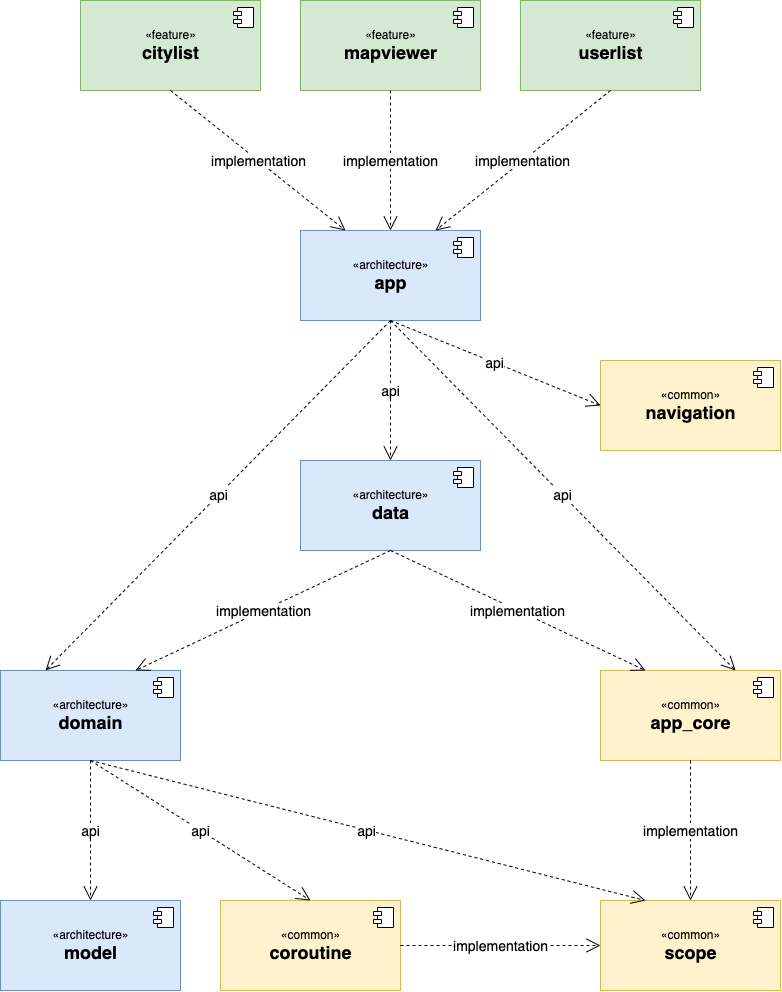
This is static/modules.png from aminography/WorldCitiesApp, a draw.io export, as it was before one commit. Source tidied: cells renumbered, new cells last; positions are measured from the earlier drawing's top-left corner, leaving out a move shared by most shapes. Source of this version:
```xml
<mxGraphModel background="#ffffff">
  <root>
    <mxCell id="0" />
    <mxCell id="1" parent="0" />
    <mxCell id="2" value="«common»&lt;br&gt;&lt;b&gt;&lt;font style=&quot;font-size: 18px&quot;&gt;app_core&lt;/font&gt;&lt;/b&gt;" style="html=1;fillColor=#fff2cc;strokeColor=#d6b656;" parent="1" vertex="1">
      <mxGeometry x="600" y="670" width="180" height="90" as="geometry" />
    </mxCell>
    <mxCell id="3" style="shape=module;jettyWidth=8;jettyHeight=4;" parent="2" vertex="1">
      <mxGeometry x="1" width="20" height="20" relative="1" as="geometry">
        <mxPoint x="-27" y="7" as="offset" />
      </mxGeometry>
    </mxCell>
    <mxCell id="4" value="«common»&lt;br&gt;&lt;span style=&quot;font-size: 18px&quot;&gt;&lt;b&gt;scope&lt;/b&gt;&lt;/span&gt;" style="html=1;fillColor=#fff2cc;strokeColor=#d6b656;" parent="1" vertex="1">
      <mxGeometry x="600" y="900" width="180" height="90" as="geometry" />
    </mxCell>
    <mxCell id="5" style="shape=module;jettyWidth=8;jettyHeight=4;" parent="4" vertex="1">
      <mxGeometry x="1" width="20" height="20" relative="1" as="geometry">
        <mxPoint x="-27" y="7" as="offset" />
      </mxGeometry>
    </mxCell>
    <mxCell id="6" value="«common»&lt;br&gt;&lt;b&gt;&lt;font style=&quot;font-size: 18px&quot;&gt;coroutine&lt;/font&gt;&lt;/b&gt;" style="html=1;fillColor=#fff2cc;strokeColor=#d6b656;" parent="1" vertex="1">
      <mxGeometry x="220" y="900" width="180" height="90" as="geometry" />
    </mxCell>
    <mxCell id="7" style="shape=module;jettyWidth=8;jettyHeight=4;" parent="6" vertex="1">
      <mxGeometry x="1" width="20" height="20" relative="1" as="geometry">
        <mxPoint x="-27" y="7" as="offset" />
      </mxGeometry>
    </mxCell>
    <mxCell id="8" value="«architecture»&lt;br&gt;&lt;span style=&quot;font-size: 18px&quot;&gt;&lt;b&gt;model&lt;/b&gt;&lt;/span&gt;" style="html=1;fillColor=#dae8fc;strokeColor=#6c8ebf;" parent="1" vertex="1">
      <mxGeometry y="900" width="180" height="90" as="geometry" />
    </mxCell>
    <mxCell id="9" style="shape=module;jettyWidth=8;jettyHeight=4;" parent="8" vertex="1">
      <mxGeometry x="1" width="20" height="20" relative="1" as="geometry">
        <mxPoint x="-27" y="7" as="offset" />
      </mxGeometry>
    </mxCell>
    <mxCell id="10" value="&lt;font style=&quot;font-size: 14px&quot;&gt;implementation&lt;/font&gt;" style="endArrow=open;endSize=12;dashed=1;html=1;exitX=0.5;exitY=1;exitDx=0;exitDy=0;entryX=0.5;entryY=0;entryDx=0;entryDy=0;" parent="1" edge="1" source="2" target="4">
      <mxGeometry relative="1" as="geometry" />
    </mxCell>
    <mxCell id="11" value="&lt;font style=&quot;font-size: 14px&quot;&gt;implementation&lt;/font&gt;" style="endArrow=open;endSize=12;dashed=1;html=1;entryX=0;entryY=0.5;entryDx=0;entryDy=0;exitX=1;exitY=0.5;exitDx=0;exitDy=0;" parent="1" edge="1" source="6" target="4">
      <mxGeometry relative="1" as="geometry" />
    </mxCell>
    <mxCell id="12" value="«common»&lt;br&gt;&lt;span style=&quot;font-size: 18px&quot;&gt;&lt;b&gt;navigation&lt;/b&gt;&lt;/span&gt;" style="html=1;fillColor=#fff2cc;strokeColor=#d6b656;" parent="1" vertex="1">
      <mxGeometry x="600" y="360" width="180" height="90" as="geometry" />
    </mxCell>
    <mxCell id="13" style="shape=module;jettyWidth=8;jettyHeight=4;" parent="12" vertex="1">
      <mxGeometry x="1" width="20" height="20" relative="1" as="geometry">
        <mxPoint x="-27" y="7" as="offset" />
      </mxGeometry>
    </mxCell>
    <mxCell id="14" value="«architecture»&lt;br&gt;&lt;b&gt;&lt;font style=&quot;font-size: 18px&quot;&gt;domain&lt;/font&gt;&lt;/b&gt;" style="html=1;fillColor=#dae8fc;strokeColor=#6c8ebf;" parent="1" vertex="1">
      <mxGeometry y="670" width="180" height="90" as="geometry" />
    </mxCell>
    <mxCell id="15" style="shape=module;jettyWidth=8;jettyHeight=4;" parent="14" vertex="1">
      <mxGeometry x="1" width="20" height="20" relative="1" as="geometry">
        <mxPoint x="-27" y="7" as="offset" />
      </mxGeometry>
    </mxCell>
    <mxCell id="16" value="&lt;font style=&quot;font-size: 14px&quot;&gt;api&lt;/font&gt;" style="endArrow=open;endSize=12;dashed=1;html=1;exitX=0.5;exitY=1;exitDx=0;exitDy=0;entryX=0.5;entryY=0;entryDx=0;entryDy=0;" parent="1" edge="1" source="14" target="8">
      <mxGeometry relative="1" as="geometry" />
    </mxCell>
    <mxCell id="17" value="&lt;font style=&quot;font-size: 14px&quot;&gt;api&lt;/font&gt;" style="endArrow=open;endSize=12;dashed=1;html=1;exitX=0.5;exitY=1;exitDx=0;exitDy=0;entryX=0.5;entryY=0;entryDx=0;entryDy=0;" parent="1" edge="1" source="14" target="6">
      <mxGeometry relative="1" as="geometry" />
    </mxCell>
    <mxCell id="18" value="&lt;font style=&quot;font-size: 14px&quot;&gt;api&lt;/font&gt;" style="endArrow=open;endSize=12;dashed=1;html=1;exitX=0.5;exitY=1;exitDx=0;exitDy=0;entryX=0.25;entryY=0;entryDx=0;entryDy=0;" parent="1" edge="1" source="14" target="4">
      <mxGeometry relative="1" as="geometry" />
    </mxCell>
    <mxCell id="19" value="«architecture»&lt;br&gt;&lt;b&gt;&lt;font style=&quot;font-size: 18px&quot;&gt;data&lt;/font&gt;&lt;/b&gt;" style="html=1;fillColor=#dae8fc;strokeColor=#6c8ebf;" parent="1" vertex="1">
      <mxGeometry x="300" y="460" width="180" height="90" as="geometry" />
    </mxCell>
    <mxCell id="20" style="shape=module;jettyWidth=8;jettyHeight=4;" parent="19" vertex="1">
      <mxGeometry x="1" width="20" height="20" relative="1" as="geometry">
        <mxPoint x="-27" y="7" as="offset" />
      </mxGeometry>
    </mxCell>
    <mxCell id="21" value="&lt;font style=&quot;font-size: 14px&quot;&gt;implementation&lt;/font&gt;" style="endArrow=open;endSize=12;dashed=1;html=1;entryX=0.25;entryY=0;entryDx=0;entryDy=0;exitX=0.5;exitY=1;exitDx=0;exitDy=0;" parent="1" edge="1" source="19" target="2">
      <mxGeometry relative="1" as="geometry" />
    </mxCell>
    <mxCell id="22" value="&lt;font style=&quot;font-size: 14px&quot;&gt;implementation&lt;/font&gt;" style="endArrow=open;endSize=12;dashed=1;html=1;exitX=0.5;exitY=1;exitDx=0;exitDy=0;entryX=0.75;entryY=0;entryDx=0;entryDy=0;" parent="1" edge="1" source="19" target="14">
      <mxGeometry relative="1" as="geometry" />
    </mxCell>
    <mxCell id="23" value="«architecture»&lt;br&gt;&lt;b&gt;&lt;font style=&quot;font-size: 18px&quot;&gt;app&lt;/font&gt;&lt;/b&gt;" style="html=1;fillColor=#dae8fc;strokeColor=#6c8ebf;" parent="1" vertex="1">
      <mxGeometry x="300" y="230" width="180" height="90" as="geometry" />
    </mxCell>
    <mxCell id="24" style="shape=module;jettyWidth=8;jettyHeight=4;" parent="23" vertex="1">
      <mxGeometry x="1" width="20" height="20" relative="1" as="geometry">
        <mxPoint x="-27" y="7" as="offset" />
      </mxGeometry>
    </mxCell>
    <mxCell id="25" value="&lt;span style=&quot;font-size: 14px&quot;&gt;api&lt;/span&gt;" style="endArrow=open;endSize=12;dashed=1;html=1;exitX=0.5;exitY=1;exitDx=0;exitDy=0;entryX=0;entryY=0.5;entryDx=0;entryDy=0;" parent="1" edge="1" source="23" target="12">
      <mxGeometry relative="1" as="geometry" />
    </mxCell>
    <mxCell id="26" value="&lt;span style=&quot;font-size: 14px&quot;&gt;api&lt;/span&gt;" style="endArrow=open;endSize=12;dashed=1;html=1;exitX=0.5;exitY=1;exitDx=0;exitDy=0;entryX=0.5;entryY=0;entryDx=0;entryDy=0;" parent="1" edge="1" source="23" target="19">
      <mxGeometry relative="1" as="geometry" />
    </mxCell>
    <mxCell id="27" value="&lt;span style=&quot;font-size: 14px&quot;&gt;api&lt;/span&gt;" style="endArrow=open;endSize=12;dashed=1;html=1;exitX=0.5;exitY=1;exitDx=0;exitDy=0;entryX=0.75;entryY=0;entryDx=0;entryDy=0;" parent="1" edge="1" source="23" target="2">
      <mxGeometry relative="1" as="geometry" />
    </mxCell>
    <mxCell id="28" value="«feature»&lt;br&gt;&lt;b&gt;&lt;font style=&quot;font-size: 18px&quot;&gt;citylist&lt;/font&gt;&lt;/b&gt;" style="html=1;fillColor=#d5e8d4;strokeColor=#82b366;" parent="1" vertex="1">
      <mxGeometry x="80" width="180" height="90" as="geometry" />
    </mxCell>
    <mxCell id="29" style="shape=module;jettyWidth=8;jettyHeight=4;" parent="28" vertex="1">
      <mxGeometry x="1" width="20" height="20" relative="1" as="geometry">
        <mxPoint x="-27" y="7" as="offset" />
      </mxGeometry>
    </mxCell>
    <mxCell id="30" value="«feature»&lt;br&gt;&lt;b&gt;&lt;font style=&quot;font-size: 18px&quot;&gt;mapviewer&lt;/font&gt;&lt;/b&gt;" style="html=1;fillColor=#d5e8d4;strokeColor=#82b366;" parent="1" vertex="1">
      <mxGeometry x="300" width="180" height="90" as="geometry" />
    </mxCell>
    <mxCell id="31" style="shape=module;jettyWidth=8;jettyHeight=4;" parent="30" vertex="1">
      <mxGeometry x="1" width="20" height="20" relative="1" as="geometry">
        <mxPoint x="-27" y="7" as="offset" />
      </mxGeometry>
    </mxCell>
    <mxCell id="32" value="«feature»&lt;br&gt;&lt;b&gt;&lt;font style=&quot;font-size: 18px&quot;&gt;userlist&lt;/font&gt;&lt;/b&gt;" style="html=1;fillColor=#d5e8d4;strokeColor=#82b366;" parent="1" vertex="1">
      <mxGeometry x="520" width="180" height="90" as="geometry" />
    </mxCell>
    <mxCell id="33" style="shape=module;jettyWidth=8;jettyHeight=4;" parent="32" vertex="1">
      <mxGeometry x="1" width="20" height="20" relative="1" as="geometry">
        <mxPoint x="-27" y="7" as="offset" />
      </mxGeometry>
    </mxCell>
    <mxCell id="34" value="&lt;font style=&quot;font-size: 14px&quot;&gt;implementation&lt;/font&gt;" style="endArrow=open;endSize=12;dashed=1;html=1;exitX=0.5;exitY=1;exitDx=0;exitDy=0;entryX=0.25;entryY=0;entryDx=0;entryDy=0;" parent="1" edge="1" source="28" target="23">
      <mxGeometry relative="1" as="geometry" />
    </mxCell>
    <mxCell id="35" value="&lt;font style=&quot;font-size: 14px&quot;&gt;implementation&lt;/font&gt;" style="endArrow=open;endSize=12;dashed=1;html=1;exitX=0.5;exitY=1;exitDx=0;exitDy=0;entryX=0.5;entryY=0;entryDx=0;entryDy=0;" parent="1" edge="1" source="30" target="23">
      <mxGeometry relative="1" as="geometry" />
    </mxCell>
    <mxCell id="36" value="&lt;font style=&quot;font-size: 14px&quot;&gt;implementation&lt;/font&gt;" style="endArrow=open;endSize=12;dashed=1;html=1;exitX=0.5;exitY=1;exitDx=0;exitDy=0;entryX=0.75;entryY=0;entryDx=0;entryDy=0;" parent="1" edge="1" source="32" target="23">
      <mxGeometry relative="1" as="geometry" />
    </mxCell>
    <mxCell id="37" value="&lt;span style=&quot;font-size: 14px&quot;&gt;api&lt;/span&gt;" style="endArrow=open;endSize=12;dashed=1;html=1;entryX=0.25;entryY=0;entryDx=0;entryDy=0;exitX=0.5;exitY=1;exitDx=0;exitDy=0;" parent="1" edge="1" source="23" target="14">
      <mxGeometry relative="1" as="geometry" />
    </mxCell>
  </root>
</mxGraphModel>
```
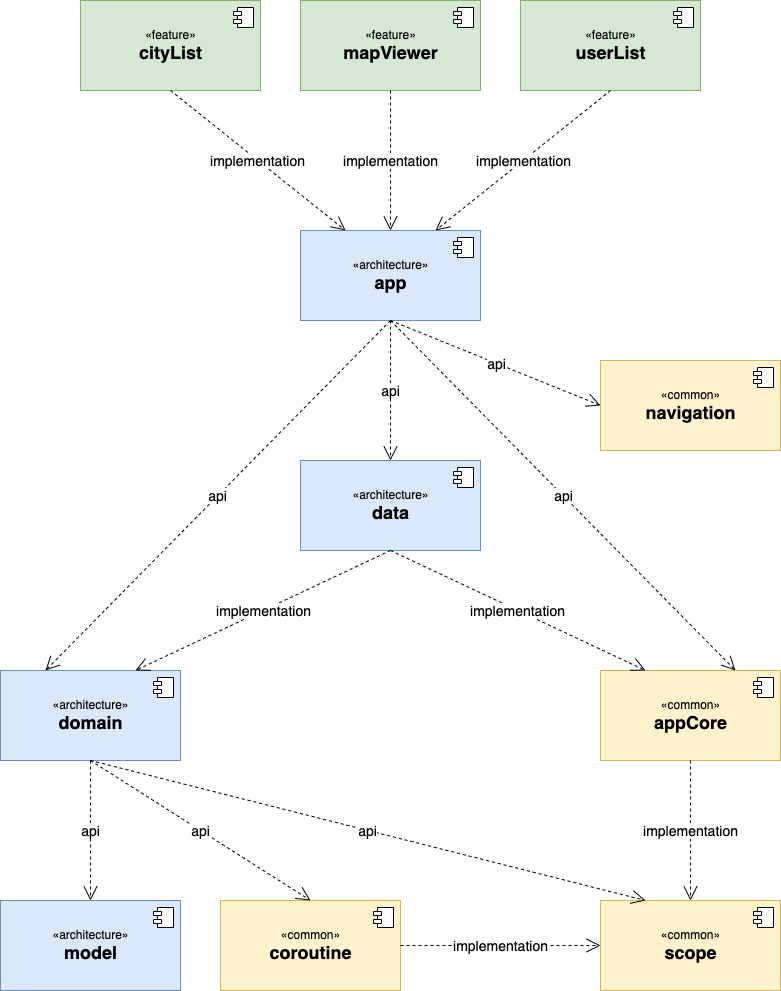
The same diagram one commit later.

What changed in the source:
```diff
@@ -2,7 +2,7 @@
   <root>
     <mxCell id="0" />
     <mxCell id="1" parent="0" />
-    <mxCell id="2" value="«common»&lt;br&gt;&lt;b&gt;&lt;font style=&quot;font-size: 18px&quot;&gt;app_core&lt;/font&gt;&lt;/b&gt;" style="html=1;fillColor=#fff2cc;strokeColor=#d6b656;" parent="1" vertex="1">
+    <mxCell id="2" value="«common»&lt;br&gt;&lt;b&gt;&lt;font style=&quot;font-size: 18px&quot;&gt;appCore&lt;/font&gt;&lt;/b&gt;" style="html=1;fillColor=#fff2cc;strokeColor=#d6b656;" parent="1" vertex="1">
       <mxGeometry x="600" y="670" width="180" height="90" as="geometry" />
     </mxCell>
     <mxCell id="3" style="shape=module;jettyWidth=8;jettyHeight=4;" parent="2" vertex="1">
@@ -96,7 +96,7 @@
     <mxCell id="27" value="&lt;span style=&quot;font-size: 14px&quot;&gt;api&lt;/span&gt;" style="endArrow=open;endSize=12;dashed=1;html=1;exitX=0.5;exitY=1;exitDx=0;exitDy=0;entryX=0.75;entryY=0;entryDx=0;entryDy=0;" parent="1" edge="1" source="23" target="2">
       <mxGeometry relative="1" as="geometry" />
     </mxCell>
-    <mxCell id="28" value="«feature»&lt;br&gt;&lt;b&gt;&lt;font style=&quot;font-size: 18px&quot;&gt;citylist&lt;/font&gt;&lt;/b&gt;" style="html=1;fillColor=#d5e8d4;strokeColor=#82b366;" parent="1" vertex="1">
+    <mxCell id="28" value="«feature»&lt;br&gt;&lt;b&gt;&lt;font style=&quot;font-size: 18px&quot;&gt;cityList&lt;/font&gt;&lt;/b&gt;" style="html=1;fillColor=#d5e8d4;strokeColor=#82b366;" parent="1" vertex="1">
       <mxGeometry x="80" width="180" height="90" as="geometry" />
     </mxCell>
     <mxCell id="29" style="shape=module;jettyWidth=8;jettyHeight=4;" parent="28" vertex="1">
@@ -104,7 +104,7 @@
         <mxPoint x="-27" y="7" as="offset" />
       </mxGeometry>
     </mxCell>
-    <mxCell id="30" value="«feature»&lt;br&gt;&lt;b&gt;&lt;font style=&quot;font-size: 18px&quot;&gt;mapviewer&lt;/font&gt;&lt;/b&gt;" style="html=1;fillColor=#d5e8d4;strokeColor=#82b366;" parent="1" vertex="1">
+    <mxCell id="30" value="«feature»&lt;br&gt;&lt;b&gt;&lt;font style=&quot;font-size: 18px&quot;&gt;mapViewer&lt;/font&gt;&lt;/b&gt;" style="html=1;fillColor=#d5e8d4;strokeColor=#82b366;" parent="1" vertex="1">
       <mxGeometry x="300" width="180" height="90" as="geometry" />
     </mxCell>
     <mxCell id="31" style="shape=module;jettyWidth=8;jettyHeight=4;" parent="30" vertex="1">
@@ -112,7 +112,7 @@
         <mxPoint x="-27" y="7" as="offset" />
       </mxGeometry>
     </mxCell>
-    <mxCell id="32" value="«feature»&lt;br&gt;&lt;b&gt;&lt;font style=&quot;font-size: 18px&quot;&gt;userlist&lt;/font&gt;&lt;/b&gt;" style="html=1;fillColor=#d5e8d4;strokeColor=#82b366;" parent="1" vertex="1">
+    <mxCell id="32" value="«feature»&lt;br&gt;&lt;b&gt;&lt;font style=&quot;font-size: 18px&quot;&gt;userList&lt;/font&gt;&lt;/b&gt;" style="html=1;fillColor=#d5e8d4;strokeColor=#82b366;" parent="1" vertex="1">
       <mxGeometry x="520" width="180" height="90" as="geometry" />
     </mxCell>
     <mxCell id="33" style="shape=module;jettyWidth=8;jettyHeight=4;" parent="32" vertex="1">
```
